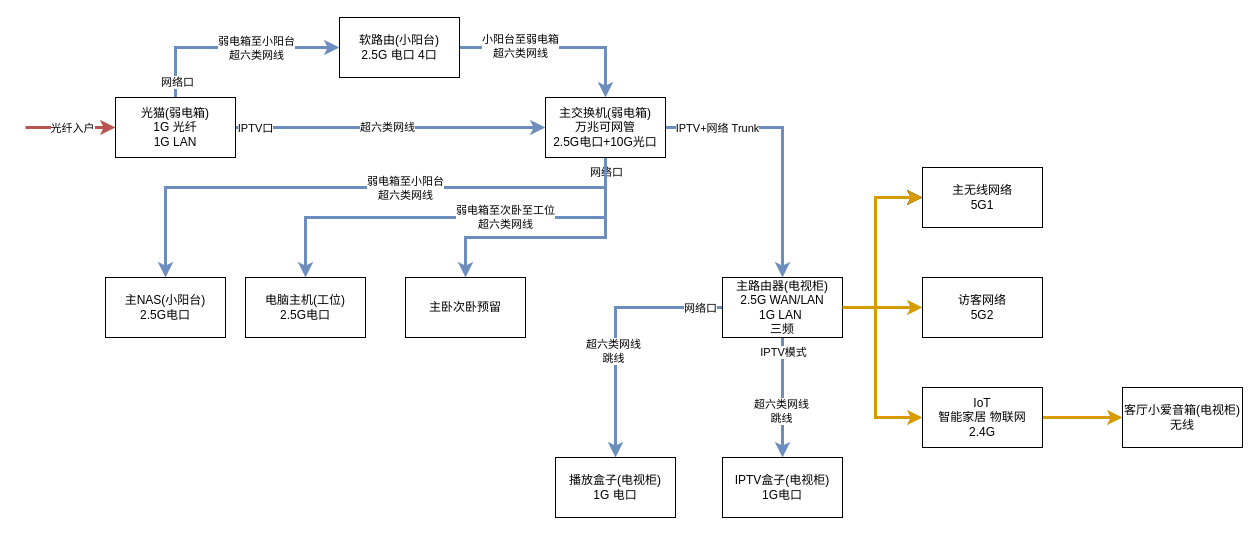
The draw.io diagram 未命名绘图.drawio in FreeSuperSun/boat, before the edit. Source tidied: cells renumbered, new cells numbered last; positions are measured from the earlier drawing's top-left corner, leaving out a move shared by most shapes. Both pictures are drawn from the tidied source at 100%, with x=0, y=0 at pixel (25, 17).
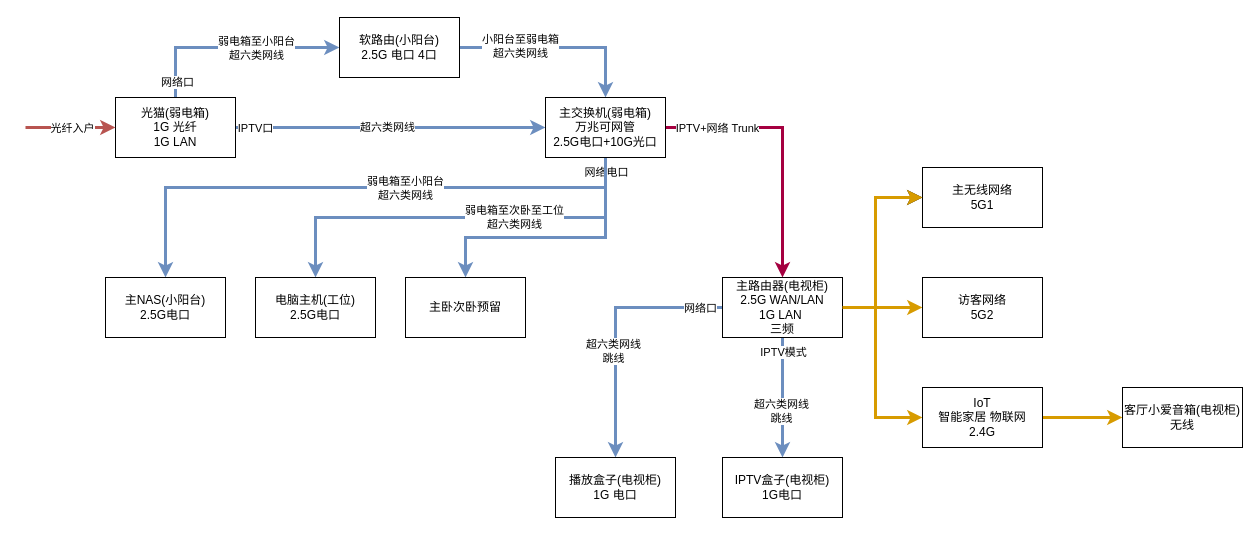
The same page after the edit.

Commit message:
更新未命名绘图.drawio

Unchanged cells that the change refers to:
```xml
<mxCell id="16" style="edgeStyle=orthogonalEdgeStyle;rounded=0;jettySize=auto;html=1;strokeWidth=3;exitX=0.5;exitY=1;exitDx=0;exitDy=0;fillColor=#dae8fc;strokeColor=#6c8ebf;" parent="1" edge="1" source="22" target="33">
  <mxGeometry relative="1" as="geometry">
    <Array as="points">
      <mxPoint x="580" y="170" />
      <mxPoint x="140" y="170" />
    </Array>
  </mxGeometry>
</mxCell>
<mxCell id="22" value="主交换机(弱电箱)&lt;br&gt;万兆可网管&lt;br&gt;2.5G电口+10G光口" style="rounded=0;whiteSpace=wrap;html=1;" parent="1" vertex="1">
  <mxGeometry x="520" y="80" width="120" height="60" as="geometry" />
</mxCell>
<mxCell id="32" value="主路由器(电视柜)&lt;br&gt;2.5G WAN/LAN &lt;br&gt;1G LAN&amp;nbsp;&lt;br&gt;三频" style="whiteSpace=wrap;html=1;rounded=0;" parent="1" vertex="1">
  <mxGeometry x="697" y="260" width="120" height="60" as="geometry" />
</mxCell>
```

Diff of the diagram source:
```diff
@@
-    <mxCell id="14" style="edgeStyle=orthogonalEdgeStyle;rounded=0;jettySize=auto;html=1;strokeWidth=3;fillColor=#dae8fc;strokeColor=#6c8ebf;exitX=1;exitY=0.5;exitDx=0;exitDy=0;" parent="1" edge="1" source="22" target="32">
+    <mxCell id="14" style="edgeStyle=orthogonalEdgeStyle;rounded=0;jettySize=auto;html=1;strokeWidth=3;fillColor=#d80073;strokeColor=#A50040;exitX=1;exitY=0.5;exitDx=0;exitDy=0;" parent="1" edge="1" source="22" target="32">
       <mxGeometry relative="1" as="geometry" />
     </mxCell>
@@
-    <mxCell id="17" value="网络口" style="edgeLabel;html=1;align=center;verticalAlign=middle;" parent="16" vertex="1">
+    <mxCell id="17" value="网络电口" style="edgeLabel;html=1;align=center;verticalAlign=middle;" parent="16" vertex="1">
       <mxGeometry x="-0.95" y="2" relative="1" as="geometry">
         <mxPoint x="-2" as="offset" />
       </mxGeometry>
     </mxCell>
@@
     <mxCell id="34" value="电脑主机(工位)&lt;br&gt;2.5G电口" style="whiteSpace=wrap;html=1;rounded=0;" parent="1" vertex="1">
-      <mxGeometry x="220" y="260" width="120" height="60" as="geometry" />
+      <mxGeometry x="230" y="260" width="120" height="60" as="geometry" />
     </mxCell>
```
